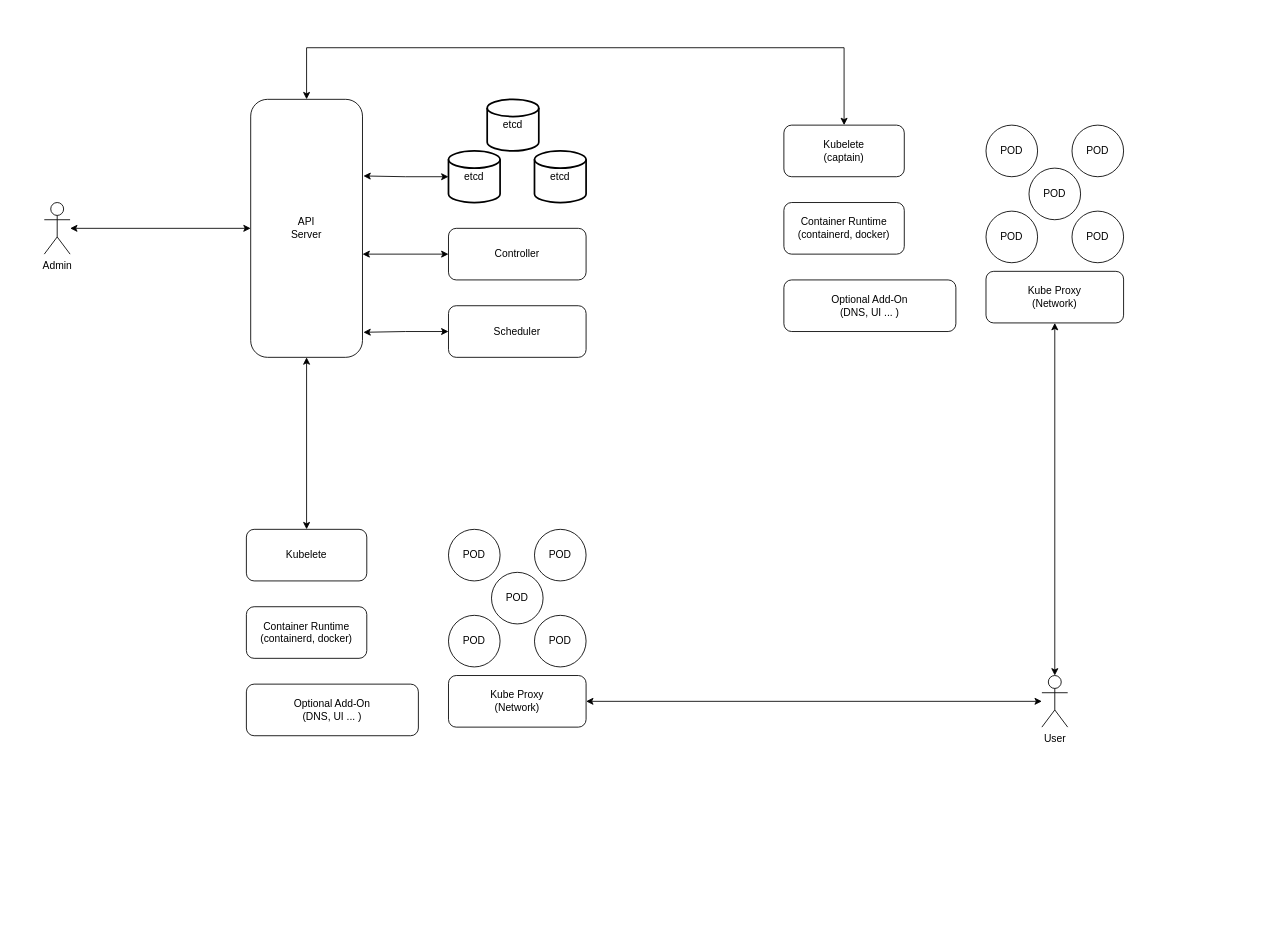
This is Kubernetes Architecture.drawio from jiangtao7/draw.io, a draw.io file, before an edit. Source tidied: cells renumbered, new cells numbered last; positions are measured from the earlier drawing's top-left corner, leaving out a move shared by most shapes. Both pictures are drawn from the tidied source at 86%, with x=0, y=0 at pixel (44, 47). Pictures stored in the file or linked from it are replaced by grey dashed boxes.
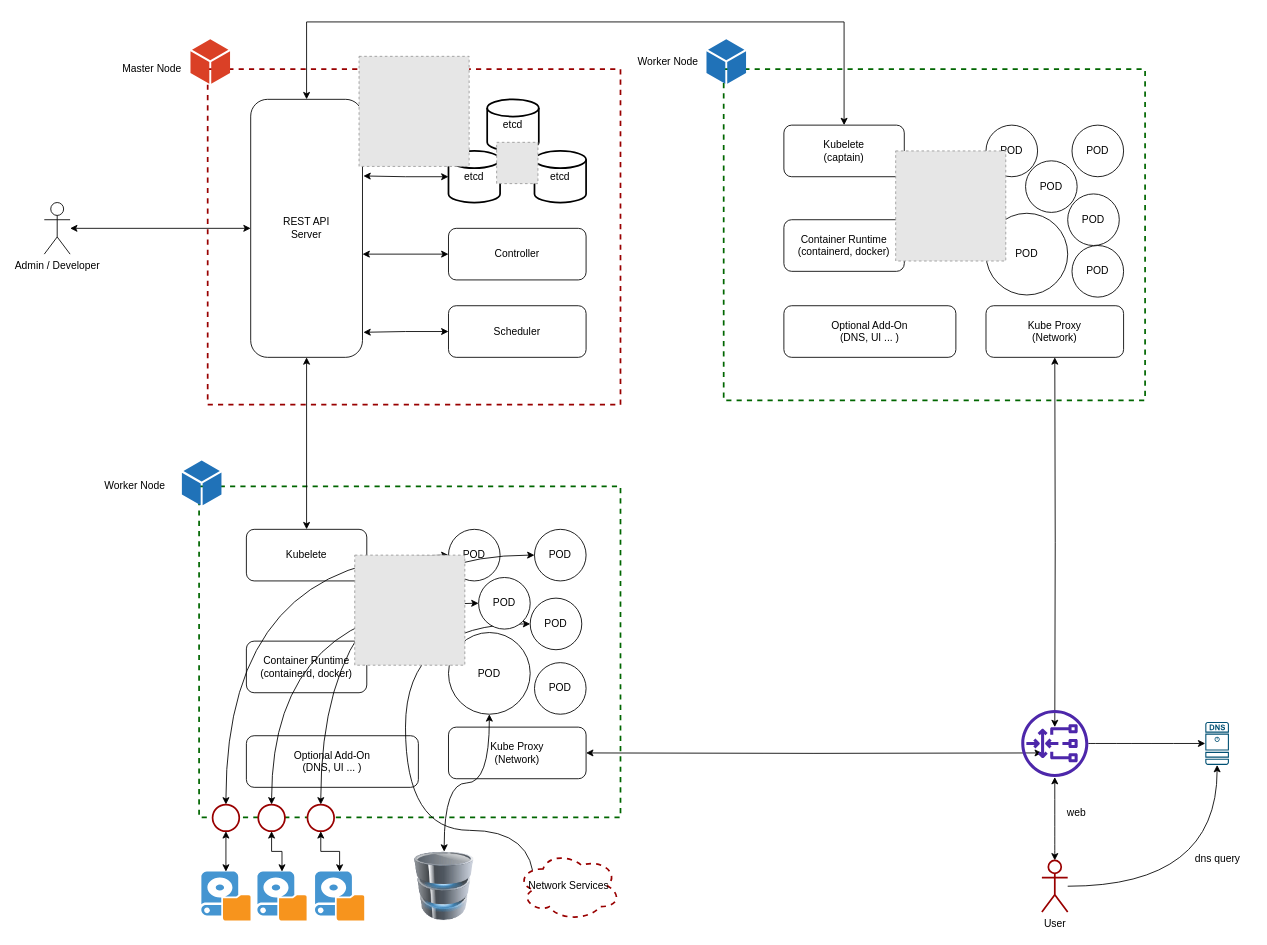
The same page after the edit.

The change refers to these unchanged cells:
```xml
<mxCell id="17" value="POD" style="ellipse;whiteSpace=wrap;html=1;" parent="1" vertex="1">
  <mxGeometry x="470" y="560" width="60" height="60" as="geometry" />
</mxCell>
<mxCell id="18" value="POD" style="ellipse;whiteSpace=wrap;html=1;" parent="1" vertex="1">
  <mxGeometry x="570" y="560" width="60" height="60" as="geometry" />
</mxCell>
<mxCell id="22" value="Kubelete&lt;br&gt;(captain)" style="rounded=1;whiteSpace=wrap;html=1;" parent="1" vertex="1">
  <mxGeometry x="860" y="90" width="140" height="60" as="geometry" />
</mxCell>
```

What changed in the source:
```diff
@@
+    <mxCell id="36" style="rounded=0;whiteSpace=wrap;html=1;dashed=1;strokeWidth=2;strokeColor=#006600;" parent="1" vertex="1">
+      <mxGeometry x="180" y="510" width="490" height="385" as="geometry" />
+    </mxCell>
+    <mxCell id="37" style="rounded=0;whiteSpace=wrap;html=1;dashed=1;strokeWidth=2;strokeColor=#006600;" parent="1" vertex="1">
+      <mxGeometry x="790" y="25" width="490" height="385" as="geometry" />
+    </mxCell>
+    <mxCell id="38" style="rounded=0;whiteSpace=wrap;html=1;dashed=1;strokeWidth=2;strokeColor=#990000;" parent="1" vertex="1">
+      <mxGeometry x="190" y="25" width="480" height="390" as="geometry" />
+    </mxCell>
@@
     <mxCell id="3" style="edgeStyle=orthogonalEdgeStyle;rounded=0;jettySize=auto;html=1;entryX=0.5;entryY=0;entryDx=0;entryDy=0;startArrow=classic;startFill=1;" parent="1" edge="1" source="4" target="22">
       <mxGeometry relative="1" as="geometry">
         <Array as="points">
-          <mxPoint x="305" />
-          <mxPoint x="930" />
+          <mxPoint x="305" y="-30" />
+          <mxPoint x="930" y="-30" />
         </Array>
       </mxGeometry>
     </mxCell>
-    <mxCell id="4" value="API&lt;br&gt;Server" style="rounded=1;whiteSpace=wrap;html=1;" parent="1" vertex="1">
+    <mxCell id="4" value="REST API&lt;br&gt;Server" style="rounded=1;whiteSpace=wrap;html=1;" parent="1" vertex="1">
       <mxGeometry x="240" y="60" width="130" height="300" as="geometry" />
     </mxCell>
@@
     <mxCell id="14" value="Container Runtime (containerd, docker)" style="rounded=1;whiteSpace=wrap;html=1;" parent="1" vertex="1">
-      <mxGeometry x="235" y="650" width="140" height="60" as="geometry" />
+      <mxGeometry x="235" y="690" width="140" height="60" as="geometry" />
     </mxCell>
     <mxCell id="15" value="Optional Add-On&lt;br&gt;(DNS, UI ... )" style="rounded=1;whiteSpace=wrap;html=1;" parent="1" vertex="1">
-      <mxGeometry x="235" y="740" width="200" height="60" as="geometry" />
+      <mxGeometry x="235" y="800" width="200" height="60" as="geometry" />
     </mxCell>
     <mxCell id="16" value="Kube Proxy &lt;br&gt;(Network)" style="rounded=1;whiteSpace=wrap;html=1;" parent="1" vertex="1">
-      <mxGeometry x="470" y="730" width="160" height="60" as="geometry" />
+      <mxGeometry x="470" y="790" width="160" height="60" as="geometry" />
     </mxCell>
+    <mxCell id="39" style="edgeStyle=orthogonalEdgeStyle;curved=1;rounded=0;jettySize=auto;html=1;entryX=0.5;entryY=0;entryDx=0;entryDy=0;startArrow=classic;startFill=1;" parent="1" edge="1" source="17" target="67">
+      <mxGeometry relative="1" as="geometry" />
+    </mxCell>
@@
+    <mxCell id="40" style="edgeStyle=orthogonalEdgeStyle;curved=1;rounded=0;jettySize=auto;html=1;startArrow=classic;startFill=1;" parent="1" edge="1" source="18" target="69">
+      <mxGeometry relative="1" as="geometry" />
+    </mxCell>
@@
-    <mxCell id="19" value="POD" style="ellipse;whiteSpace=wrap;html=1;" parent="1" vertex="1">
-      <mxGeometry x="470" y="660" width="60" height="60" as="geometry" />
-    </mxCell>
+    <mxCell id="41" style="edgeStyle=orthogonalEdgeStyle;curved=1;rounded=0;jettySize=auto;html=1;entryX=0.16;entryY=0.55;entryDx=0;entryDy=0;entryPerimeter=0;startArrow=classic;startFill=1;" parent="1" edge="1" source="20" target="66">
+      <mxGeometry relative="1" as="geometry">
+        <Array as="points">
+          <mxPoint x="420" y="670" />
+          <mxPoint x="420" y="910" />
+          <mxPoint x="569" y="910" />
+        </Array>
+      </mxGeometry>
+    </mxCell>
     <mxCell id="20" value="POD" style="ellipse;whiteSpace=wrap;html=1;" parent="1" vertex="1">
-      <mxGeometry x="570" y="660" width="60" height="60" as="geometry" />
+      <mxGeometry x="565" y="640" width="60" height="60" as="geometry" />
     </mxCell>
+    <mxCell id="42" style="edgeStyle=orthogonalEdgeStyle;curved=1;rounded=0;jettySize=auto;html=1;entryX=0.5;entryY=0;entryDx=0;entryDy=0;startArrow=classic;startFill=1;" parent="1" edge="1" source="21" target="68">
+      <mxGeometry relative="1" as="geometry" />
+    </mxCell>
     <mxCell id="21" value="POD" style="ellipse;whiteSpace=wrap;html=1;" parent="1" vertex="1">
-      <mxGeometry x="520" y="610" width="60" height="60" as="geometry" />
+      <mxGeometry x="505" y="616" width="60" height="60" as="geometry" />
     </mxCell>
@@
     <mxCell id="23" value="Container Runtime (containerd, docker)" style="rounded=1;whiteSpace=wrap;html=1;" parent="1" vertex="1">
-      <mxGeometry x="860" y="180" width="140" height="60" as="geometry" />
+      <mxGeometry x="860" y="200" width="140" height="60" as="geometry" />
     </mxCell>
     <mxCell id="24" value="Optional Add-On&lt;br style=&quot;border-color: var(--border-color);&quot;&gt;(DNS, UI ... )" style="rounded=1;whiteSpace=wrap;html=1;" parent="1" vertex="1">
-      <mxGeometry x="860" y="270" width="200" height="60" as="geometry" />
+      <mxGeometry x="860" y="300" width="200" height="60" as="geometry" />
     </mxCell>
     <mxCell id="25" value="Kube Proxy &lt;br&gt;(Network)" style="rounded=1;whiteSpace=wrap;html=1;" parent="1" vertex="1">
-      <mxGeometry x="1095" y="260" width="160" height="60" as="geometry" />
+      <mxGeometry x="1095" y="300" width="160" height="60" as="geometry" />
     </mxCell>
@@
     <mxCell id="28" value="POD" style="ellipse;whiteSpace=wrap;html=1;" parent="1" vertex="1">
-      <mxGeometry x="1095" y="190" width="60" height="60" as="geometry" />
+      <mxGeometry x="1095" y="192.5" width="95" height="95" as="geometry" />
     </mxCell>
     <mxCell id="29" value="POD" style="ellipse;whiteSpace=wrap;html=1;" parent="1" vertex="1">
-      <mxGeometry x="1195" y="190" width="60" height="60" as="geometry" />
+      <mxGeometry x="1195" y="230" width="60" height="60" as="geometry" />
     </mxCell>
     <mxCell id="30" value="POD" style="ellipse;whiteSpace=wrap;html=1;" parent="1" vertex="1">
-      <mxGeometry x="1145" y="140" width="60" height="60" as="geometry" />
+      <mxGeometry x="1141" y="131.5" width="60" height="60" as="geometry" />
     </mxCell>
-    <mxCell id="31" style="edgeStyle=orthogonalEdgeStyle;rounded=0;jettySize=auto;html=1;entryX=1;entryY=0.5;entryDx=0;entryDy=0;startArrow=classic;startFill=1;" parent="1" edge="1" source="33" target="16">
-      <mxGeometry relative="1" as="geometry" />
+    <mxCell id="31" style="edgeStyle=orthogonalEdgeStyle;rounded=0;jettySize=auto;html=1;entryX=1;entryY=0.5;entryDx=0;entryDy=0;startArrow=classic;startFill=1;" parent="1" edge="1" target="16">
+      <mxGeometry relative="1" as="geometry">
+        <mxPoint x="1160" y="820" as="sourcePoint" />
+      </mxGeometry>
     </mxCell>
-    <mxCell id="32" style="edgeStyle=orthogonalEdgeStyle;rounded=0;jettySize=auto;html=1;entryX=0.5;entryY=1;entryDx=0;entryDy=0;startArrow=classic;startFill=1;" parent="1" edge="1" source="33" target="25">
-      <mxGeometry relative="1" as="geometry" />
+    <mxCell id="32" style="edgeStyle=orthogonalEdgeStyle;rounded=0;jettySize=auto;html=1;entryX=0.5;entryY=1;entryDx=0;entryDy=0;startArrow=classic;startFill=1;" parent="1" edge="1" target="25">
+      <mxGeometry relative="1" as="geometry">
+        <mxPoint x="1175" y="790" as="sourcePoint" />
+      </mxGeometry>
     </mxCell>
-    <mxCell id="33" value="User" style="shape=umlActor;verticalLabelPosition=bottom;verticalAlign=top;html=1;outlineConnect=0;" parent="1" vertex="1">
-      <mxGeometry x="1160" y="730" width="30" height="60" as="geometry" />
-    </mxCell>
@@
-    <mxCell id="35" value="Admin" style="shape=umlActor;verticalLabelPosition=bottom;verticalAlign=top;html=1;outlineConnect=0;" parent="1" vertex="1">
+    <mxCell id="35" value="Admin / Developer" style="shape=umlActor;verticalLabelPosition=bottom;verticalAlign=top;html=1;outlineConnect=0;" parent="1" vertex="1">
       <mxGeometry y="180" width="30" height="60" as="geometry" />
     </mxCell>
+    <mxCell id="43" value="POD" style="ellipse;whiteSpace=wrap;html=1;" parent="1" vertex="1">
+      <mxGeometry x="1190" y="170" width="60" height="60" as="geometry" />
+    </mxCell>
+    <mxCell id="44" style="edgeStyle=orthogonalEdgeStyle;curved=1;rounded=0;jettySize=auto;html=1;entryX=0.5;entryY=0;entryDx=0;entryDy=0;startArrow=classic;startFill=1;" parent="1" edge="1" source="45" target="63">
+      <mxGeometry relative="1" as="geometry" />
+    </mxCell>
+    <mxCell id="45" value="POD" style="ellipse;whiteSpace=wrap;html=1;" parent="1" vertex="1">
+      <mxGeometry x="470" y="680" width="95" height="95" as="geometry" />
+    </mxCell>
+    <mxCell id="46" value="POD" style="ellipse;whiteSpace=wrap;html=1;" parent="1" vertex="1">
+      <mxGeometry x="570" y="715" width="60" height="60" as="geometry" />
+    </mxCell>
+    <mxCell id="47" style="sketch=0;shadow=0;dashed=0;html=1;strokeColor=none;labelPosition=center;verticalLabelPosition=bottom;verticalAlign=top;align=center;shape=mxgraph.office.concepts.node_generic;fillColor=#2072B8;strokeWidth=2;" parent="1" vertex="1">
+      <mxGeometry x="160" y="480" width="46" height="52" as="geometry" />
+    </mxCell>
+    <mxCell id="48" style="sketch=0;shadow=0;dashed=0;html=1;strokeColor=none;labelPosition=center;verticalLabelPosition=bottom;verticalAlign=top;align=center;shape=mxgraph.office.concepts.node_generic;fillColor=#DA4026;strokeWidth=2;" parent="1" vertex="1">
+      <mxGeometry x="170" y="-10" width="46" height="52" as="geometry" />
+    </mxCell>
+    <mxCell id="49" style="sketch=0;shadow=0;dashed=0;html=1;strokeColor=none;labelPosition=center;verticalLabelPosition=bottom;verticalAlign=top;align=center;shape=mxgraph.office.concepts.node_generic;fillColor=#2072B8;strokeWidth=2;" parent="1" vertex="1">
+      <mxGeometry x="770" y="-10" width="46" height="52" as="geometry" />
+    </mxCell>
+    <mxCell id="50" value="Master Node" style="text;html=1;align=center;verticalAlign=middle;strokeColor=none;fillColor=none;" parent="1" vertex="1">
+      <mxGeometry x="80" y="10" width="90" height="30" as="geometry" />
+    </mxCell>
+    <mxCell id="51" value="Worker Node" style="text;html=1;align=center;verticalAlign=middle;strokeColor=none;fillColor=none;" parent="1" vertex="1">
+      <mxGeometry x="60" y="495" width="90" height="30" as="geometry" />
+    </mxCell>
+    <mxCell id="52" value="Worker Node" style="text;html=1;align=center;verticalAlign=middle;strokeColor=none;fillColor=none;" parent="1" vertex="1">
+      <mxGeometry x="680" y="1" width="90" height="30" as="geometry" />
+    </mxCell>
+    <mxCell id="53" style="fillColor=#E6E6E6;strokeColor=#999999;dashed=1;html=1;verticalAlign=top;verticalLabelPosition=bottom;labelBackgroundColor=#ffffff;" parent="1" vertex="1">
+      <mxGeometry x="361" y="590" width="128" height="128" as="geometry" />
+    </mxCell>
+    <mxCell id="54" style="fillColor=#E6E6E6;strokeColor=#999999;dashed=1;html=1;verticalAlign=top;verticalLabelPosition=bottom;labelBackgroundColor=#ffffff;" parent="1" vertex="1">
+      <mxGeometry x="990" y="120" width="128" height="128" as="geometry" />
+    </mxCell>
+    <mxCell id="55" style="fillColor=#E6E6E6;strokeColor=#999999;dashed=1;html=1;verticalAlign=top;verticalLabelPosition=bottom;labelBackgroundColor=#ffffff;" parent="1" vertex="1">
+      <mxGeometry x="366" y="10" width="128" height="128" as="geometry" />
+    </mxCell>
+    <mxCell id="56" style="fillColor=#E6E6E6;strokeColor=#999999;dashed=1;html=1;verticalAlign=top;verticalLabelPosition=bottom;labelBackgroundColor=#ffffff;" parent="1" vertex="1">
+      <mxGeometry x="526" y="110" width="48" height="48" as="geometry" />
+    </mxCell>
+    <mxCell id="57" style="edgeStyle=orthogonalEdgeStyle;rounded=0;jettySize=auto;html=1;entryX=0.5;entryY=1;entryDx=0;entryDy=0;startArrow=classic;startFill=1;" parent="1" edge="1" source="58" target="67">
+      <mxGeometry relative="1" as="geometry" />
+    </mxCell>
+    <mxCell id="58" style="shadow=0;dashed=0;html=1;strokeColor=none;fillColor=#4495D1;labelPosition=center;verticalLabelPosition=bottom;verticalAlign=top;align=center;outlineConnect=0;shape=mxgraph.veeam.local_disk;strokeWidth=2;" parent="1" vertex="1">
+      <mxGeometry x="182.6" y="958" width="57.2" height="56.8" as="geometry" />
+    </mxCell>
+    <mxCell id="59" style="edgeStyle=orthogonalEdgeStyle;rounded=0;jettySize=auto;html=1;entryX=0.5;entryY=1;entryDx=0;entryDy=0;startArrow=classic;startFill=1;" parent="1" edge="1" source="60" target="68">
+      <mxGeometry relative="1" as="geometry" />
+    </mxCell>
+    <mxCell id="60" style="shadow=0;dashed=0;html=1;strokeColor=none;fillColor=#4495D1;labelPosition=center;verticalLabelPosition=bottom;verticalAlign=top;align=center;outlineConnect=0;shape=mxgraph.veeam.local_disk;strokeWidth=2;" parent="1" vertex="1">
+      <mxGeometry x="247.8" y="958" width="57.2" height="56.8" as="geometry" />
+    </mxCell>
+    <mxCell id="61" style="edgeStyle=orthogonalEdgeStyle;rounded=0;jettySize=auto;html=1;entryX=0.5;entryY=1;entryDx=0;entryDy=0;startArrow=classic;startFill=1;" parent="1" edge="1" source="62" target="69">
+      <mxGeometry relative="1" as="geometry" />
+    </mxCell>
+    <mxCell id="62" style="shadow=0;dashed=0;html=1;strokeColor=none;fillColor=#4495D1;labelPosition=center;verticalLabelPosition=bottom;verticalAlign=top;align=center;outlineConnect=0;shape=mxgraph.veeam.local_disk;strokeWidth=2;" parent="1" vertex="1">
+      <mxGeometry x="314.8" y="958" width="57.2" height="56.8" as="geometry" />
+    </mxCell>
+    <mxCell id="63" style="image;html=1;image=img/lib/clip_art/computers/Database_128x128.png;dashed=1;strokeColor=#990000;strokeWidth=2;" parent="1" vertex="1">
+      <mxGeometry x="425" y="934.8" width="80" height="80" as="geometry" />
+    </mxCell>
+    <mxCell id="64" style="edgeStyle=orthogonalEdgeStyle;curved=1;rounded=0;jettySize=auto;html=1;entryX=0;entryY=0.5;entryDx=0;entryDy=0;entryPerimeter=0;startArrow=none;startFill=0;" parent="1" edge="1" source="65" target="70">
+      <mxGeometry relative="1" as="geometry" />
+    </mxCell>
+    <mxCell id="65" style="sketch=0;outlineConnect=0;fontColor=#232F3E;gradientColor=none;fillColor=#4D27AA;strokeColor=none;dashed=0;verticalLabelPosition=bottom;verticalAlign=top;align=center;html=1;fontSize=12;fontStyle=0;shape=mxgraph.aws4.gateway_load_balancer;strokeWidth=2;" parent="1" vertex="1">
+      <mxGeometry x="1136" y="770" width="78" height="78" as="geometry" />
+    </mxCell>
+    <mxCell id="66" value="Network Services" style="ellipse;shape=cloud;whiteSpace=wrap;html=1;dashed=1;strokeColor=#990000;strokeWidth=2;" parent="1" vertex="1">
+      <mxGeometry x="550" y="934.8" width="120" height="80" as="geometry" />
+    </mxCell>
+    <mxCell id="67" style="ellipse;whiteSpace=wrap;html=1;strokeColor=#990000;strokeWidth=2;" parent="1" vertex="1">
+      <mxGeometry x="195.7" y="880" width="31" height="31" as="geometry" />
+    </mxCell>
+    <mxCell id="68" style="ellipse;whiteSpace=wrap;html=1;strokeColor=#990000;strokeWidth=2;" parent="1" vertex="1">
+      <mxGeometry x="248.8" y="880" width="31" height="31" as="geometry" />
+    </mxCell>
+    <mxCell id="69" style="ellipse;whiteSpace=wrap;html=1;strokeColor=#990000;strokeWidth=2;" parent="1" vertex="1">
+      <mxGeometry x="306" y="880" width="31" height="31" as="geometry" />
+    </mxCell>
+    <mxCell id="70" style="sketch=0;points=[[0.015,0.015,0],[0.985,0.015,0],[0.985,0.985,0],[0.015,0.985,0],[0.25,0,0],[0.5,0,0],[0.75,0,0],[1,0.25,0],[1,0.5,0],[1,0.75,0],[0.75,1,0],[0.5,1,0],[0.25,1,0],[0,0.75,0],[0,0.5,0],[0,0.25,0]];verticalLabelPosition=bottom;html=1;verticalAlign=top;align=center;shape=mxgraph.cisco19.dns_server;fillColor=#005073;strokeColor=none;strokeWidth=2;" parent="1" vertex="1">
+      <mxGeometry x="1350" y="784" width="27.5" height="50" as="geometry" />
+    </mxCell>
+    <mxCell id="71" style="edgeStyle=orthogonalEdgeStyle;curved=1;rounded=0;jettySize=auto;html=1;entryX=0.5;entryY=1;entryDx=0;entryDy=0;entryPerimeter=0;startArrow=none;startFill=0;" parent="1" edge="1" source="33" target="70">
+      <mxGeometry relative="1" as="geometry" />
+    </mxCell>
+    <mxCell id="72" style="edgeStyle=orthogonalEdgeStyle;curved=1;rounded=0;jettySize=auto;html=1;startArrow=classic;startFill=1;" parent="1" edge="1" source="33" target="65">
+      <mxGeometry relative="1" as="geometry" />
+    </mxCell>
+    <mxCell id="33" value="User" style="shape=umlActor;verticalLabelPosition=bottom;verticalAlign=top;html=1;outlineConnect=0;strokeColor=#990000;strokeWidth=2;" parent="1" vertex="1">
+      <mxGeometry x="1160" y="945" width="30" height="60" as="geometry" />
+    </mxCell>
+    <mxCell id="73" value="dns query" style="text;html=1;align=center;verticalAlign=middle;strokeColor=none;fillColor=none;" parent="1" vertex="1">
+      <mxGeometry x="1323.8" y="928" width="80" height="30" as="geometry" />
+    </mxCell>
+    <mxCell id="74" value="web" style="text;html=1;align=center;verticalAlign=middle;strokeColor=none;fillColor=none;" parent="1" vertex="1">
+      <mxGeometry x="1175" y="875" width="50" height="30" as="geometry" />
+    </mxCell>
```
